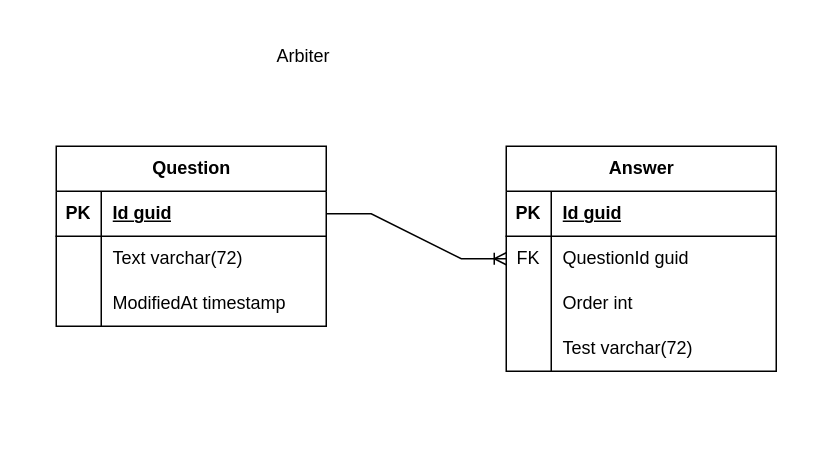
Above: diagrams/backend.drawio in tymoteusz-merito-80350/merito.quiz (draw.io), before the change. Source tidied: cells renumbered, new cells numbered last; positions are measured from the earlier drawing's top-left corner, leaving out a move shared by most shapes. Both pictures are drawn from the tidied source at 150%, with x=0, y=0 at pixel (56, 26).
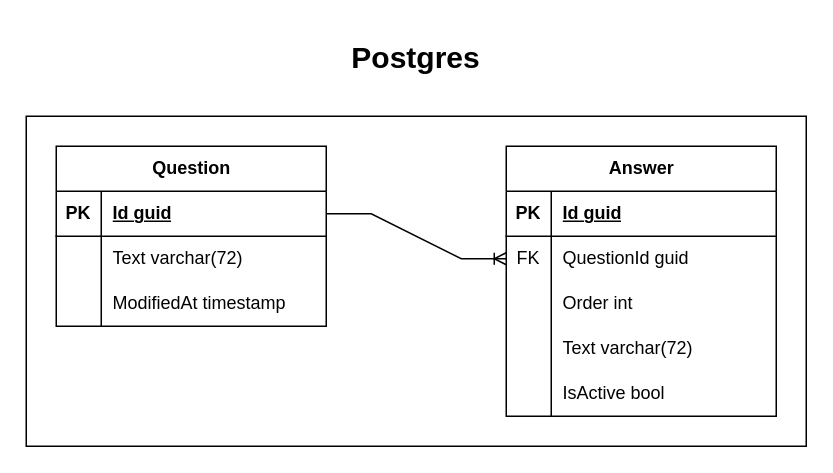
After the change.

Unchanged cells that the change refers to:
```xml
<mxCell id="23" style="shape=tableRow;horizontal=0;startSize=0;swimlaneHead=0;swimlaneBody=0;fillColor=none;top=0;left=0;right=0;bottom=0;" parent="13" vertex="1">
  <mxGeometry y="120" width="180" height="30" as="geometry" />
</mxCell>
```

The edit, as a diff of the source:
```diff
@@
+    <mxCell id="27" style="rounded=0;whiteSpace=wrap;html=1;" parent="1" vertex="1">
+      <mxGeometry x="-20" y="60" width="520" height="220" as="geometry" />
+    </mxCell>
-    <mxCell id="2" value="Arbiter" style="text;html=1;align=center;verticalAlign=middle;whiteSpace=wrap;rounded=0;" parent="1" vertex="1">
-      <mxGeometry x="105" width="120" height="40" as="geometry" />
+    <mxCell id="2" value="Postgres" style="text;html=1;align=center;verticalAlign=middle;whiteSpace=wrap;rounded=0;fontStyle=1;fontSize=20;" parent="1" vertex="1">
+      <mxGeometry x="100" width="280" height="40" as="geometry" />
     </mxCell>
@@
     <mxCell id="13" value="Answer" style="shape=table;startSize=30;childLayout=tableLayout;rowLines=0;fontStyle=1;align=center;html=1;" parent="1" vertex="1">
-      <mxGeometry x="300" y="80" width="180" height="150" as="geometry" />
+      <mxGeometry x="300" y="80" width="180" height="180" as="geometry" />
     </mxCell>
@@
-    <mxCell id="25" value="Test varchar(72)" style="shape=partialRectangle;fillColor=none;top=0;left=0;bottom=0;right=0;align=left;spacingLeft=6;overflow=hidden;whiteSpace=wrap;html=1;" parent="23" vertex="1">
+    <mxCell id="25" value="Text varchar(72)" style="shape=partialRectangle;fillColor=none;top=0;left=0;bottom=0;right=0;align=left;spacingLeft=6;overflow=hidden;whiteSpace=wrap;html=1;" parent="23" vertex="1">
       <mxGeometry x="30" width="150" height="30" as="geometry" />
     </mxCell>
+    <mxCell id="28" style="shape=tableRow;horizontal=0;startSize=0;swimlaneHead=0;swimlaneBody=0;fillColor=none;top=0;left=0;right=0;bottom=0;" parent="13" vertex="1">
+      <mxGeometry y="150" width="180" height="30" as="geometry" />
+    </mxCell>
+    <mxCell id="29" style="shape=partialRectangle;fillColor=none;top=0;left=0;bottom=0;right=0;overflow=hidden;whiteSpace=wrap;html=1;" parent="28" vertex="1">
+      <mxGeometry width="30" height="30" as="geometry" />
+    </mxCell>
+    <mxCell id="30" value="IsActive bool" style="shape=partialRectangle;fillColor=none;top=0;left=0;bottom=0;right=0;align=left;spacingLeft=6;overflow=hidden;whiteSpace=wrap;html=1;" parent="28" vertex="1">
+      <mxGeometry x="30" width="150" height="30" as="geometry" />
+    </mxCell>
```
